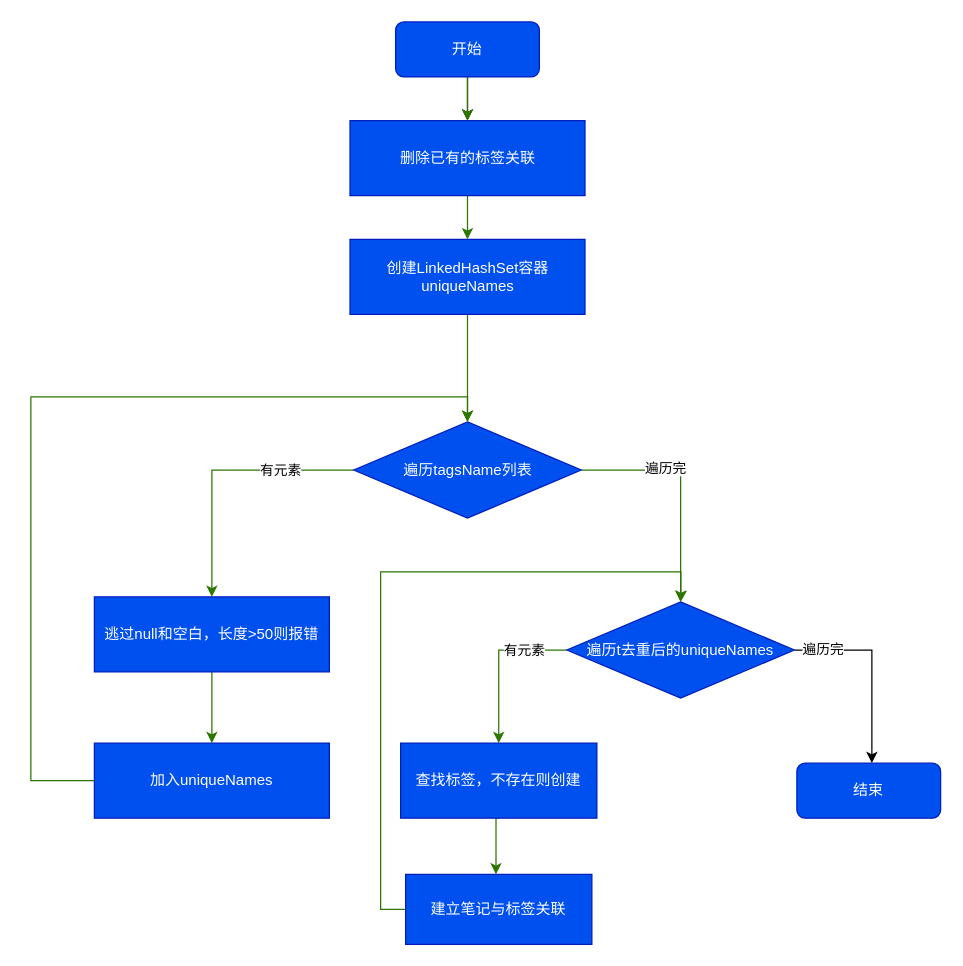
This is rebuildNoteTags程序流程图.drawio from SeekLife0/diagrams, a draw.io file, before an edit. Source tidied: cells renumbered, new cells numbered last; positions are measured from the earlier drawing's top-left corner, leaving out a move shared by most shapes. Both pictures are drawn from the tidied source at 125%, with x=0, y=0 at pixel (30, 21).
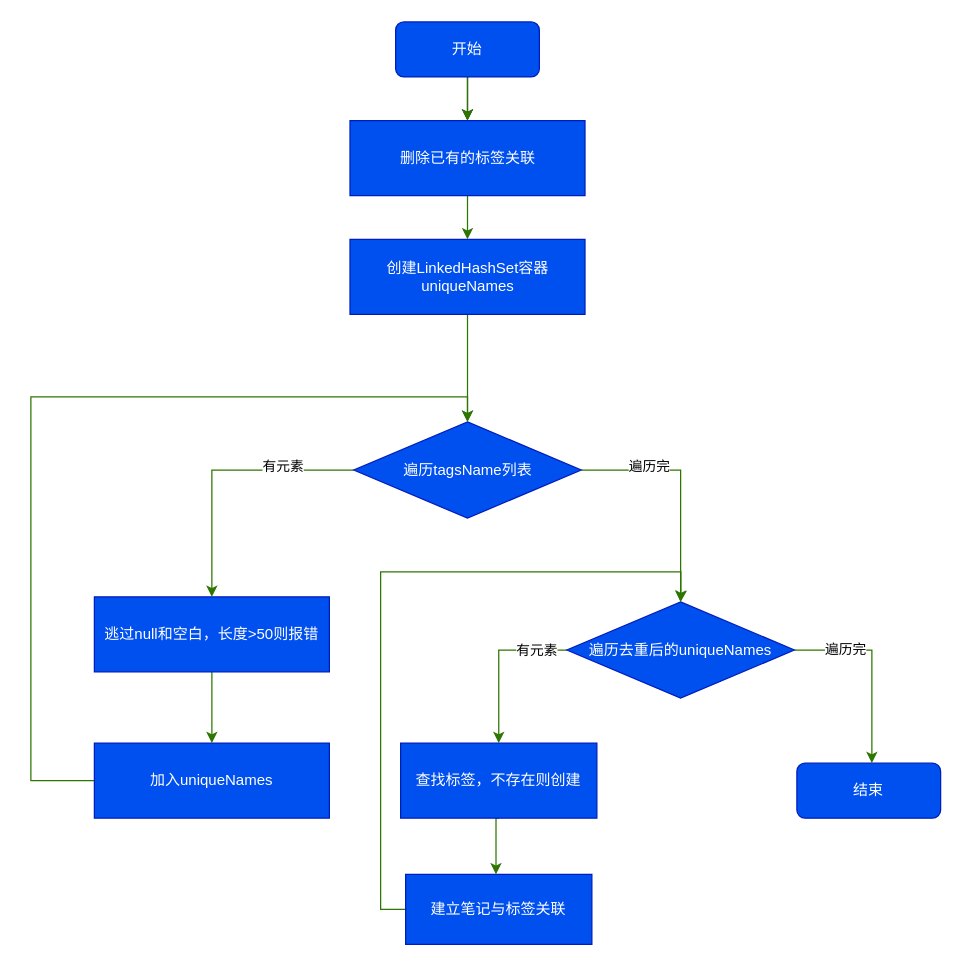
Above is the later version.

Commit message:
更新rebuildNoteTags程序流程图.drawio

Unchanged cells that the change refers to:
```xml
<mxCell id="12" value="遍历tagsName列表" style="rhombus;whiteSpace=wrap;html=1;shapeInside=1;fillColor=#0050ef;fontColor=#ffffff;strokeColor=#001DBC;" parent="1" vertex="1">
  <mxGeometry x="258.5" y="320" width="182" height="77" as="geometry" />
</mxCell>
<mxCell id="14" value="逃过null和空白，长度&amp;gt;50则报错" style="rounded=0;whiteSpace=wrap;html=1;fillColor=#0050ef;fontColor=#ffffff;strokeColor=#001DBC;" parent="1" vertex="1">
  <mxGeometry x="51" y="460" width="188" height="60" as="geometry" />
</mxCell>
<mxCell id="23" value="查找标签，不存在则创建" style="rounded=0;whiteSpace=wrap;html=1;fillColor=#0050ef;fontColor=#ffffff;strokeColor=#001DBC;" parent="1" vertex="1">
  <mxGeometry x="296" y="577" width="157" height="60" as="geometry" />
</mxCell>
<mxCell id="25" value="建立笔记与标签关联" style="rounded=0;whiteSpace=wrap;html=1;fillColor=#0050ef;fontColor=#ffffff;strokeColor=#001DBC;" parent="1" vertex="1">
  <mxGeometry x="300" y="682" width="149" height="56" as="geometry" />
</mxCell>
<mxCell id="26" value="结束" style="rounded=1;whiteSpace=wrap;html=1;fillColor=#0050ef;fontColor=#ffffff;strokeColor=#001DBC;" parent="1" vertex="1">
  <mxGeometry x="613" y="593" width="115" height="44" as="geometry" />
</mxCell>
```

Diff of the diagram source:
```diff
@@
-<mxGraphModel background="light-dark(#FFFFFF,#000000)">
+<mxGraphModel background="light-dark(#FFFFFF,#FFFFFF)">
@@
-    <mxCell id="9" value="有元素" style="edgeStyle=orthogonalEdgeStyle;rounded=0;jettySize=auto;html=1;exitX=0;exitY=0.5;exitDx=0;exitDy=0;fillColor=#60a917;strokeColor=#2D7600;entryX=0.5;entryY=0;entryDx=0;entryDy=0;" parent="1" edge="1" source="12" target="14">
-      <mxGeometry x="-0.45" relative="1" as="geometry">
+    <mxCell id="9" value="有元素" style="edgeStyle=orthogonalEdgeStyle;rounded=0;jettySize=auto;html=1;exitX=0;exitY=0.5;exitDx=0;exitDy=0;fillColor=#60a917;strokeColor=#2D7600;entryX=0.5;entryY=0;entryDx=0;entryDy=0;fontColor=light-dark(#000000,#000000);labelBackgroundColor=light-dark(#FFFFFF,#FFFFFF);" parent="1" edge="1" source="12" target="14">
+      <mxGeometry x="-0.47" y="-3" relative="1" as="geometry">
         <Array as="points">
           <mxPoint x="145" y="358.5" />
           <mxPoint x="145" y="457" />
         </Array>
       </mxGeometry>
     </mxCell>
-    <mxCell id="10" style="edgeStyle=orthogonalEdgeStyle;rounded=0;jettySize=auto;html=1;exitX=1;exitY=0.5;exitDx=0;exitDy=0;entryX=0.5;entryY=0;entryDx=0;entryDy=0;fillColor=#60a917;strokeColor=#2D7600;" parent="1" edge="1" source="12" target="21">
-      <mxGeometry relative="1" as="geometry" />
+    <mxCell id="10" style="edgeStyle=orthogonalEdgeStyle;rounded=0;jettySize=auto;html=1;exitX=1;exitY=0.5;exitDx=0;exitDy=0;entryX=0.5;entryY=0;entryDx=0;entryDy=0;fillColor=#60a917;strokeColor=#2D7600;fontColor=light-dark(#000000,#000000);labelBackgroundColor=light-dark(#FFFFFF,#FFFFFF);" parent="1" edge="1" source="12" target="21">
+      <mxGeometry relative="1" as="geometry">
+        <Array as="points">
+          <mxPoint x="520" y="358.5" />
+        </Array>
+      </mxGeometry>
     </mxCell>
-    <mxCell id="11" value="遍历完" style="edgeLabel;html=1;align=center;verticalAlign=middle;" parent="10" vertex="1">
+    <mxCell id="11" value="遍历完" style="edgeLabel;html=1;align=center;verticalAlign=middle;fontColor=none;noLabel=1;" parent="10" vertex="1">
       <mxGeometry x="-0.28" y="2" relative="1" as="geometry" />
     </mxCell>
+    <mxCell id="27" value="遍历完" style="edgeLabel;html=1;align=center;verticalAlign=middle;fontColor=light-dark(#000000,#000000);labelBackgroundColor=light-dark(#FFFFFF,#FFFFFF);" parent="10" vertex="1">
+      <mxGeometry x="-0.42" y="3" relative="1" as="geometry" />
+    </mxCell>
@@
-    <mxCell id="17" style="edgeStyle=orthogonalEdgeStyle;rounded=0;jettySize=auto;html=1;exitX=0;exitY=0.5;exitDx=0;exitDy=0;entryX=0.5;entryY=0;entryDx=0;entryDy=0;fillColor=#60a917;strokeColor=#2D7600;" parent="1" edge="1" source="21" target="23">
+    <mxCell id="17" style="edgeStyle=orthogonalEdgeStyle;rounded=0;jettySize=auto;html=1;exitX=0;exitY=0.5;exitDx=0;exitDy=0;entryX=0.5;entryY=0;entryDx=0;entryDy=0;fillColor=#60a917;strokeColor=#2D7600;fontColor=light-dark(#000000,#000000);labelBackgroundColor=light-dark(#FFFFFF,#FFFFFF);" parent="1" edge="1" source="21" target="23">
       <mxGeometry relative="1" as="geometry">
         <Array as="points">
           <mxPoint x="374.5" y="502.5" />
         </Array>
       </mxGeometry>
     </mxCell>
-    <mxCell id="18" value="有元素" style="edgeLabel;html=1;align=center;verticalAlign=middle;" parent="17" vertex="1">
+    <mxCell id="18" value="有元素" style="edgeLabel;html=1;align=center;verticalAlign=middle;fontColor=none;noLabel=1;" parent="17" vertex="1">
       <mxGeometry x="-0.46" relative="1" as="geometry" />
     </mxCell>
+    <mxCell id="28" value="有元素" style="edgeLabel;html=1;align=center;verticalAlign=middle;fontColor=light-dark(#000000,#000000);labelBackgroundColor=light-dark(#FFFFFF,#FFFFFF);" parent="17" vertex="1">
+      <mxGeometry x="-0.62" relative="1" as="geometry" />
+    </mxCell>
-    <mxCell id="19" style="edgeStyle=orthogonalEdgeStyle;rounded=0;jettySize=auto;html=1;exitX=1;exitY=0.5;exitDx=0;exitDy=0;" parent="1" edge="1" source="21" target="26">
+    <mxCell id="19" style="edgeStyle=orthogonalEdgeStyle;rounded=0;jettySize=auto;html=1;exitX=1;exitY=0.5;exitDx=0;exitDy=0;fillColor=#60a917;strokeColor=#2D7600;" parent="1" edge="1" source="21" target="26">
       <mxGeometry relative="1" as="geometry">
         <Array as="points">
           <mxPoint x="673" y="502.5" />
         </Array>
       </mxGeometry>
     </mxCell>
-    <mxCell id="20" value="遍历完" style="edgeLabel;html=1;align=center;verticalAlign=middle;" parent="19" vertex="1">
+    <mxCell id="20" value="遍历完" style="edgeLabel;html=1;align=center;verticalAlign=middle;fontColor=none;noLabel=1;" parent="19" vertex="1">
       <mxGeometry x="-0.71" y="1" relative="1" as="geometry" />
     </mxCell>
+    <mxCell id="29" value="遍历完" style="edgeLabel;html=1;align=center;verticalAlign=middle;fontColor=light-dark(#000000,#000000);labelBackgroundColor=light-dark(#FFFFFF,#FFFFFF);" parent="19" vertex="1">
+      <mxGeometry x="-0.48" y="1" relative="1" as="geometry" />
+    </mxCell>
-    <mxCell id="21" value="遍历t去重后的uniqueNames" style="rhombus;whiteSpace=wrap;html=1;shapeInside=1;fillColor=#0050ef;fontColor=#ffffff;strokeColor=#001DBC;" parent="1" vertex="1">
+    <mxCell id="21" value="遍历去重后的uniqueNames" style="rhombus;whiteSpace=wrap;html=1;shapeInside=1;fillColor=#0050ef;fontColor=#ffffff;strokeColor=#001DBC;" parent="1" vertex="1">
       <mxGeometry x="429" y="464" width="182" height="77" as="geometry" />
     </mxCell>
@@
-    <mxCell id="24" style="edgeStyle=orthogonalEdgeStyle;rounded=0;jettySize=auto;html=1;exitX=0;exitY=0.5;exitDx=0;exitDy=0;entryX=0.5;entryY=0;entryDx=0;entryDy=0;fillColor=#60a917;strokeColor=#2D7600;" parent="1" edge="1" source="25" target="21">
+    <mxCell id="24" style="edgeStyle=orthogonalEdgeStyle;rounded=0;jettySize=auto;html=1;exitX=0;exitY=0.5;exitDx=0;exitDy=0;entryX=0.5;entryY=0;entryDx=0;entryDy=0;fillColor=#60a917;strokeColor=#2D7600;fontColor=light-dark(#000000,#000000);labelBackgroundColor=light-dark(#FFFFFF,#FFFFFF);" parent="1" edge="1" source="25" target="21">
       <mxGeometry relative="1" as="geometry">
         <Array as="points">
           <mxPoint x="280" y="710" />
           <mxPoint x="280" y="440" />
           <mxPoint x="520.2" y="440" />
           <mxPoint x="520.2" y="460" />
         </Array>
       </mxGeometry>
     </mxCell>
```
